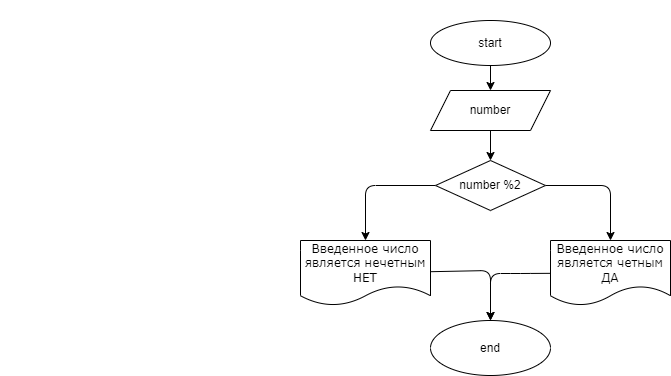
Above: HomeWork/Task002/diagram.drawio.png in Alshopik/HomeWorc (draw.io), before the change. Source tidied: cells renumbered, new cells last; positions are measured from the earlier drawing's top-left corner, leaving out a move shared by most shapes.
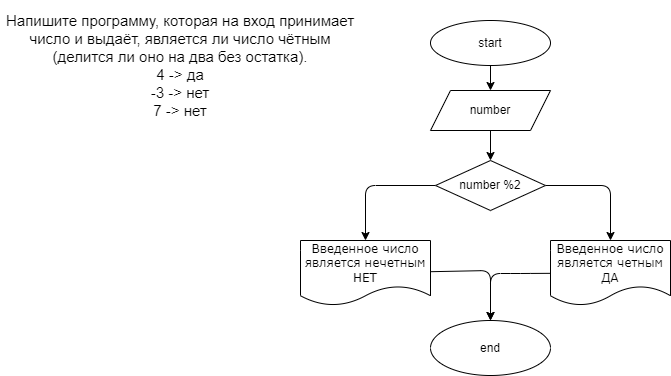
After the commit.

Commit message:
task002_diagram_commit6

Diff of the diagram source:
```diff
@@ -2,7 +2,7 @@
   <root>
     <mxCell id="0" />
     <mxCell id="1" parent="0" />
-    <mxCell id="2" value="&lt;p style=&quot;box-sizing: border-box ; margin: 0px ; font-family: &amp;#34;roboto&amp;#34; , &amp;#34;san francisco&amp;#34; , &amp;#34;helvetica neue&amp;#34; , &amp;#34;helvetica&amp;#34; , &amp;#34;arial&amp;#34; ; font-size: 15px&quot;&gt;&lt;font color=&quot;#ffffff&quot;&gt;Напишите программу, которая на вход принимает число и выдаёт, является ли число чётным (делится ли оно на два без остатка).&lt;/font&gt;&lt;/p&gt;&lt;p style=&quot;box-sizing: border-box ; margin: 0px ; font-family: &amp;#34;roboto&amp;#34; , &amp;#34;san francisco&amp;#34; , &amp;#34;helvetica neue&amp;#34; , &amp;#34;helvetica&amp;#34; , &amp;#34;arial&amp;#34; ; font-size: 15px&quot;&gt;&lt;font color=&quot;#ffffff&quot;&gt;4 -&amp;gt; да&lt;br style=&quot;box-sizing: border-box&quot;&gt;-3 -&amp;gt; нет&lt;br style=&quot;box-sizing: border-box&quot;&gt;7 -&amp;gt; нет&lt;/font&gt;&lt;/p&gt;" style="text;html=1;align=center;verticalAlign=middle;whiteSpace=wrap;rounded=0;fillColor=default;" parent="1" vertex="1">
+    <mxCell id="2" value="&lt;p style=&quot;box-sizing: border-box ; margin: 0px ; font-family: &amp;quot;roboto&amp;quot; , &amp;quot;san francisco&amp;quot; , &amp;quot;helvetica neue&amp;quot; , &amp;quot;helvetica&amp;quot; , &amp;quot;arial&amp;quot; ; font-size: 15px&quot;&gt;&lt;font&gt;Напишите программу, которая на вход принимает число и выдаёт, является ли число чётным (делится ли оно на два без остатка).&lt;/font&gt;&lt;/p&gt;&lt;p style=&quot;box-sizing: border-box ; margin: 0px ; font-family: &amp;quot;roboto&amp;quot; , &amp;quot;san francisco&amp;quot; , &amp;quot;helvetica neue&amp;quot; , &amp;quot;helvetica&amp;quot; , &amp;quot;arial&amp;quot; ; font-size: 15px&quot;&gt;&lt;font&gt;4 -&amp;gt; да&lt;br style=&quot;box-sizing: border-box&quot;&gt;-3 -&amp;gt; нет&lt;br style=&quot;box-sizing: border-box&quot;&gt;7 -&amp;gt; нет&lt;/font&gt;&lt;/p&gt;" style="text;html=1;align=center;verticalAlign=middle;whiteSpace=wrap;rounded=0;fillColor=default;fontColor=#000000;labelBackgroundColor=#FFFFFF;" parent="1" vertex="1">
       <mxGeometry width="360" height="130" as="geometry" />
     </mxCell>
     <mxCell id="3" style="edgeStyle=none;html=1;fontColor=#000000;labelBackgroundColor=#FFFFFF;" parent="1" edge="1" source="4" target="6">
```
